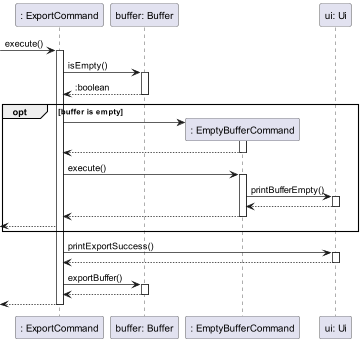
This is docs/sequence-diagrams/diagrams/Export.png from ong-ck/tp, a PlantUML export, as it was before one commit.
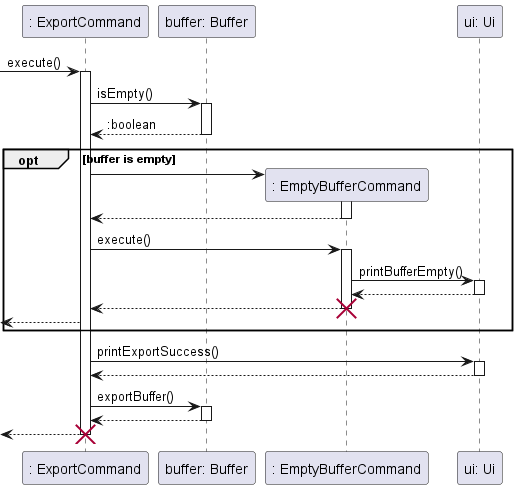
After the change.

Diff of the diagram source:
```diff
@@ -22,6 +22,7 @@
             activate Ui
             return
         return
+        destroy EmptyBufferCommand
         <-- ExportCommand
     end
 
@@ -32,5 +33,5 @@
     activate Buffer
     return
 return
-
+destroy ExportCommand
 @enduml
```
